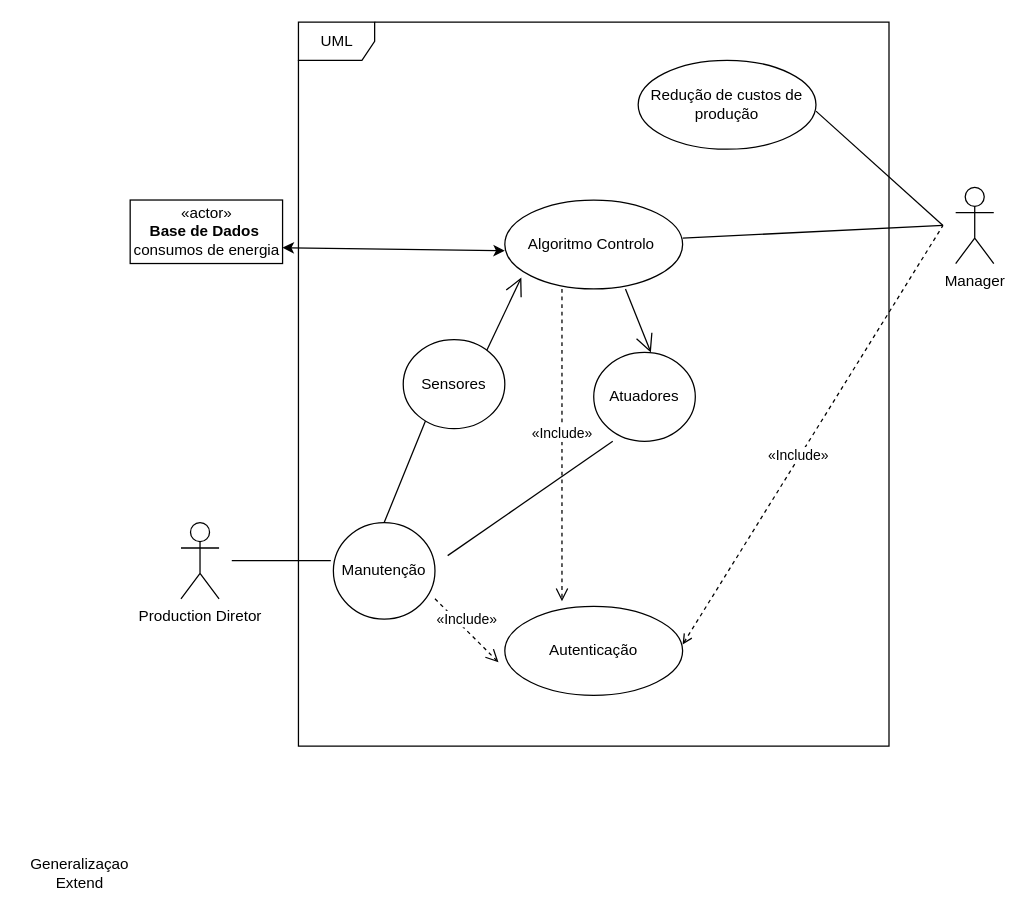
Earlier version of the draw.io diagram squematics/UseCaseDiagram.drawio (Automation-yatata/Industry4.0-PizzaPlace). Source tidied: cells renumbered, new cells numbered last; positions are measured from the earlier drawing's top-left corner, leaving out a move shared by most shapes. Both pictures are drawn from the tidied source at 127%, with x=0, y=0 at pixel (22, 22).
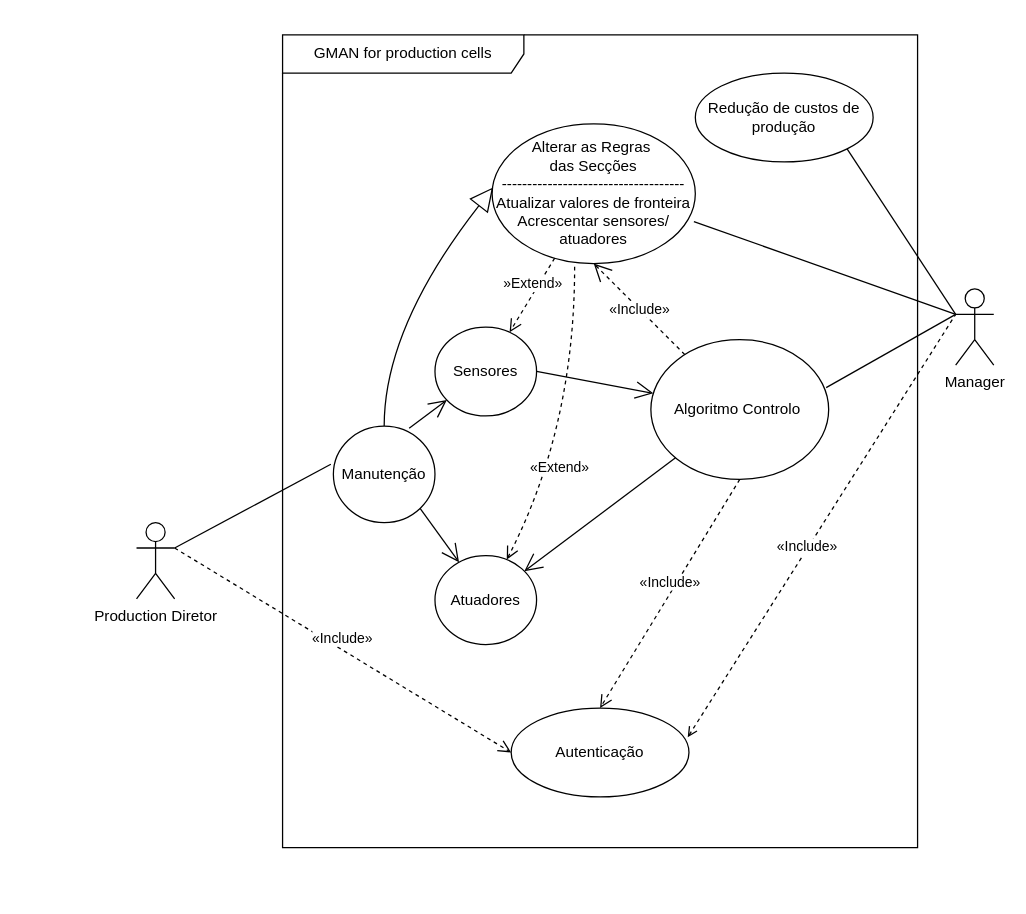
The same page after the edit.

Change to the diagram source:
```diff
@@
-    <mxCell id="2" value="UML" style="shape=umlFrame;whiteSpace=wrap;html=1;" parent="1" vertex="1">
-      <mxGeometry x="217.5" width="465" height="570" as="geometry" />
+    <mxCell id="2" value="GMAN for production cells" style="shape=umlFrame;whiteSpace=wrap;html=1;width=190;height=30;" parent="1" vertex="1">
+      <mxGeometry x="205" y="10" width="500" height="640" as="geometry" />
     </mxCell>
-    <mxCell id="3" value="«actor»&lt;br&gt;&lt;b&gt;Base de Dados&amp;nbsp;&lt;br&gt;&lt;/b&gt;consumos de energia" style="html=1;" parent="1" vertex="1">
-      <mxGeometry x="85" y="140" width="120" height="50" as="geometry" />
-    </mxCell>
     <mxCell id="4" value="Redução de custos de&lt;br&gt;produção" style="ellipse;whiteSpace=wrap;html=1;" parent="1" vertex="1">
-      <mxGeometry x="485" y="30" width="140" height="70" as="geometry" />
+      <mxGeometry x="530" y="40" width="140" height="70" as="geometry" />
     </mxCell>
     <mxCell id="5" value="Manager" style="shape=umlActor;verticalLabelPosition=bottom;verticalAlign=top;html=1;" parent="1" vertex="1">
-      <mxGeometry x="735" y="130" width="30" height="60" as="geometry" />
+      <mxGeometry x="735" y="210" width="30" height="60" as="geometry" />
     </mxCell>
-    <mxCell id="6" style="endArrow=none;html=1;" parent="1" edge="1">
-      <mxGeometry relative="1" as="geometry">
-        <mxPoint x="725" y="160" as="sourcePoint" />
-        <mxPoint x="625" y="70" as="targetPoint" />
-      </mxGeometry>
+    <mxCell id="6" style="endArrow=none;html=1;entryX=1;entryY=1;entryDx=0;entryDy=0;exitX=0;exitY=0.3333333333333333;exitDx=0;exitDy=0;exitPerimeter=0;" parent="1" edge="1" source="5" target="4">
+      <mxGeometry relative="1" as="geometry" />
     </mxCell>
     <mxCell id="7" value="Algoritmo Controlo&amp;nbsp;" style="ellipse;whiteSpace=wrap;html=1;" parent="1" vertex="1">
-      <mxGeometry x="380" y="140" width="140" height="70" as="geometry" />
+      <mxGeometry x="495" y="250" width="140" height="110" as="geometry" />
     </mxCell>
-    <mxCell id="8" style="endArrow=none;html=1;" parent="1" edge="1">
-      <mxGeometry relative="1" as="geometry">
-        <mxPoint x="725" y="160" as="sourcePoint" />
-        <mxPoint x="520" y="170" as="targetPoint" />
-      </mxGeometry>
+    <mxCell id="8" style="endArrow=none;html=1;entryX=0.986;entryY=0.343;entryDx=0;entryDy=0;entryPerimeter=0;exitX=0;exitY=0.3333333333333333;exitDx=0;exitDy=0;exitPerimeter=0;" parent="1" edge="1" source="5" target="7">
+      <mxGeometry relative="1" as="geometry" />
     </mxCell>
-    <mxCell id="9" style="endArrow=open;endFill=1;endSize=12;html=1;exitX=0.093;exitY=0.871;exitDx=0;exitDy=0;exitPerimeter=0;entryX=0.093;entryY=0.871;entryDx=0;entryDy=0;entryPerimeter=0;" parent="1" edge="1" target="7">
-      <mxGeometry relative="1" as="geometry">
-        <mxPoint x="365" y="260" as="sourcePoint" />
-      </mxGeometry>
-    </mxCell>
     <mxCell id="10" value="Sensores" style="ellipse;whiteSpace=wrap;html=1;" parent="1" vertex="1">
-      <mxGeometry x="300" y="250" width="80" height="70" as="geometry" />
+      <mxGeometry x="325" y="240" width="80" height="70" as="geometry" />
     </mxCell>
     <mxCell id="11" value="Atuadores" style="ellipse;whiteSpace=wrap;html=1;" parent="1" vertex="1">
-      <mxGeometry x="450" y="260" width="80" height="70" as="geometry" />
+      <mxGeometry x="325" y="420" width="80" height="70" as="geometry" />
     </mxCell>
-    <mxCell id="12" style="endArrow=open;endFill=1;endSize=12;html=1;" parent="1" edge="1">
-      <mxGeometry relative="1" as="geometry">
-        <mxPoint x="475" y="210" as="sourcePoint" />
-        <mxPoint x="495" y="260" as="targetPoint" />
-      </mxGeometry>
-    </mxCell>
-    <mxCell id="13" style="endArrow=classic;startArrow=classic;html=1;exitX=1;exitY=0.75;exitDx=0;exitDy=0;" parent="1" edge="1" source="3">
-      <mxGeometry relative="1" as="geometry">
-        <mxPoint x="380" y="180" as="targetPoint" />
-      </mxGeometry>
-    </mxCell>
     <mxCell id="14" value="Production Diretor" style="shape=umlActor;verticalLabelPosition=bottom;verticalAlign=top;html=1;" parent="1" vertex="1">
-      <mxGeometry x="125" y="394" width="30" height="60" as="geometry" />
+      <mxGeometry x="90" y="394" width="30" height="60" as="geometry" />
     </mxCell>
     <mxCell id="15" value="Manutenção" style="ellipse;whiteSpace=wrap;html=1;" parent="1" vertex="1">
-      <mxGeometry x="245" y="394" width="80" height="76" as="geometry" />
+      <mxGeometry x="245" y="318" width="80" height="76" as="geometry" />
     </mxCell>
-    <mxCell id="16" style="endArrow=none;html=1;exitX=-0.025;exitY=0.395;exitDx=0;exitDy=0;exitPerimeter=0;" parent="1" edge="1" source="15">
-      <mxGeometry relative="1" as="geometry">
-        <mxPoint x="165" y="424" as="targetPoint" />
-      </mxGeometry>
+    <mxCell id="16" style="endArrow=none;html=1;exitX=-0.025;exitY=0.395;exitDx=0;exitDy=0;exitPerimeter=0;entryX=1;entryY=0.3333333333333333;entryDx=0;entryDy=0;entryPerimeter=0;" parent="1" edge="1" source="15" target="14">
+      <mxGeometry relative="1" as="geometry" />
     </mxCell>
-    <mxCell id="17" value="«Include»" style="html=1;verticalAlign=bottom;endArrow=open;dashed=1;endSize=8;" parent="1" edge="1">
-      <mxGeometry relative="1" as="geometry">
-        <mxPoint x="425" y="210" as="sourcePoint" />
-        <mxPoint x="425" y="456" as="targetPoint" />
-      </mxGeometry>
+    <mxCell id="17" value="«Include»" style="html=1;verticalAlign=bottom;endArrow=open;dashed=1;endSize=8;exitX=0.5;exitY=1;exitDx=0;exitDy=0;entryX=0.5;entryY=0;entryDx=0;entryDy=0;" parent="1" edge="1" source="7" target="20">
+      <mxGeometry relative="1" as="geometry" />
     </mxCell>
-    <mxCell id="18" style="endArrow=none;html=1;" parent="1" edge="1">
-      <mxGeometry relative="1" as="geometry">
-        <mxPoint x="317.5" y="314" as="sourcePoint" />
-        <mxPoint x="285" y="394" as="targetPoint" />
-      </mxGeometry>
-    </mxCell>
-    <mxCell id="19" style="endArrow=none;html=1;" parent="1" edge="1">
-      <mxGeometry relative="1" as="geometry">
-        <mxPoint x="465" y="330" as="sourcePoint" />
-        <mxPoint x="335" y="420" as="targetPoint" />
-      </mxGeometry>
-    </mxCell>
     <mxCell id="20" value="Autenticação" style="ellipse;whiteSpace=wrap;html=1;" parent="1" vertex="1">
-      <mxGeometry x="380" y="460" width="140" height="70" as="geometry" />
+      <mxGeometry x="385" y="540" width="140" height="70" as="geometry" />
     </mxCell>
-    <mxCell id="21" value="«Include»" style="html=1;verticalAlign=bottom;endArrow=open;dashed=1;endSize=8;" parent="1" edge="1">
-      <mxGeometry relative="1" as="geometry">
-        <mxPoint x="325" y="454" as="sourcePoint" />
-        <mxPoint x="375" y="504" as="targetPoint" />
-      </mxGeometry>
+    <mxCell id="21" value="«Include»" style="html=1;verticalAlign=bottom;endArrow=open;dashed=1;endSize=8;entryX=0;entryY=0.5;entryDx=0;entryDy=0;exitX=1;exitY=0.3333333333333333;exitDx=0;exitDy=0;exitPerimeter=0;" parent="1" edge="1" source="14" target="20">
+      <mxGeometry relative="1" as="geometry" />
     </mxCell>
-    <mxCell id="22" style="endArrow=none;html=1;dashed=1;startArrow=open;startFill=0;" parent="1" edge="1">
-      <mxGeometry relative="1" as="geometry">
-        <mxPoint x="520" y="490" as="sourcePoint" />
-        <mxPoint x="725" y="160" as="targetPoint" />
-      </mxGeometry>
+    <mxCell id="22" style="endArrow=none;html=1;dashed=1;startArrow=open;startFill=0;exitX=0.993;exitY=0.329;exitDx=0;exitDy=0;exitPerimeter=0;entryX=0;entryY=0.3333333333333333;entryDx=0;entryDy=0;entryPerimeter=0;" parent="1" edge="1" source="20" target="5">
+      <mxGeometry relative="1" as="geometry" />
     </mxCell>
@@
-    <mxCell id="24" value="Generalizaçao&lt;br&gt;Extend&lt;br&gt;" style="text;html=1;align=center;verticalAlign=middle;" parent="1" vertex="1">
-      <mxGeometry y="655" width="90" height="30" as="geometry" />
-    </mxCell>
+    <mxCell id="25" value="Alterar as Regras&amp;nbsp;&lt;br&gt;das Secções&lt;br&gt;------------------------------------&lt;br&gt;Atualizar valores de fronteira&lt;br&gt;Acrescentar sensores/&lt;br&gt;atuadores" style="ellipse;whiteSpace=wrap;html=1;" parent="1" vertex="1">
+      <mxGeometry x="370" y="80" width="160" height="110" as="geometry" />
+    </mxCell>
+    <mxCell id="26" style="endArrow=none;html=1;entryX=0.993;entryY=0.7;entryDx=0;entryDy=0;entryPerimeter=0;exitX=0;exitY=0.3333333333333333;exitDx=0;exitDy=0;exitPerimeter=0;" parent="1" edge="1" source="5" target="25">
+      <mxGeometry relative="1" as="geometry" />
+    </mxCell>
+    <mxCell id="27" value="«Include»" style="endArrow=open;endSize=12;dashed=1;html=1;entryX=0.5;entryY=1;entryDx=0;entryDy=0;" parent="1" edge="1" source="7" target="25">
+      <mxGeometry relative="1" as="geometry" />
+    </mxCell>
+    <mxCell id="28" style="endArrow=open;endFill=1;endSize=12;html=1;exitX=1;exitY=0.5;exitDx=0;exitDy=0;" parent="1" edge="1" source="10" target="7">
+      <mxGeometry relative="1" as="geometry" />
+    </mxCell>
+    <mxCell id="29" style="endArrow=open;endFill=1;endSize=12;html=1;" parent="1" edge="1" source="7" target="11">
+      <mxGeometry relative="1" as="geometry" />
+    </mxCell>
+    <mxCell id="30" style="endArrow=open;endFill=1;endSize=12;html=1;exitX=0.746;exitY=0.022;exitDx=0;exitDy=0;exitPerimeter=0;" parent="1" edge="1" source="15" target="10">
+      <mxGeometry relative="1" as="geometry" />
+    </mxCell>
+    <mxCell id="31" style="endArrow=open;endFill=1;endSize=12;html=1;exitX=1;exitY=1;exitDx=0;exitDy=0;" parent="1" edge="1" source="15" target="11">
+      <mxGeometry relative="1" as="geometry" />
+    </mxCell>
+    <mxCell id="32" value="&amp;nbsp;" style="endArrow=block;endSize=16;endFill=0;html=1;curved=1;entryX=0.005;entryY=0.455;entryDx=0;entryDy=0;entryPerimeter=0;" parent="1" edge="1" source="15" target="25">
+      <mxGeometry x="0.27" y="2" relative="1" as="geometry">
+        <Array as="points">
+          <mxPoint x="285" y="240" />
+        </Array>
+      </mxGeometry>
+    </mxCell>
+    <mxCell id="33" value="«Extend»" style="html=1;verticalAlign=bottom;endArrow=open;dashed=1;endSize=8;exitX=0.406;exitY=1.023;exitDx=0;exitDy=0;exitPerimeter=0;curved=1;" parent="1" edge="1" source="25" target="11">
+      <mxGeometry x="0.38" y="8" relative="1" as="geometry">
+        <Array as="points">
+          <mxPoint x="435" y="320" />
+        </Array>
+      </mxGeometry>
+    </mxCell>
+    <mxCell id="34" value="»Extend»" style="html=1;verticalAlign=bottom;endArrow=open;dashed=1;endSize=8;" parent="1" edge="1" source="25" target="10">
+      <mxGeometry relative="1" as="geometry" />
+    </mxCell>
```
